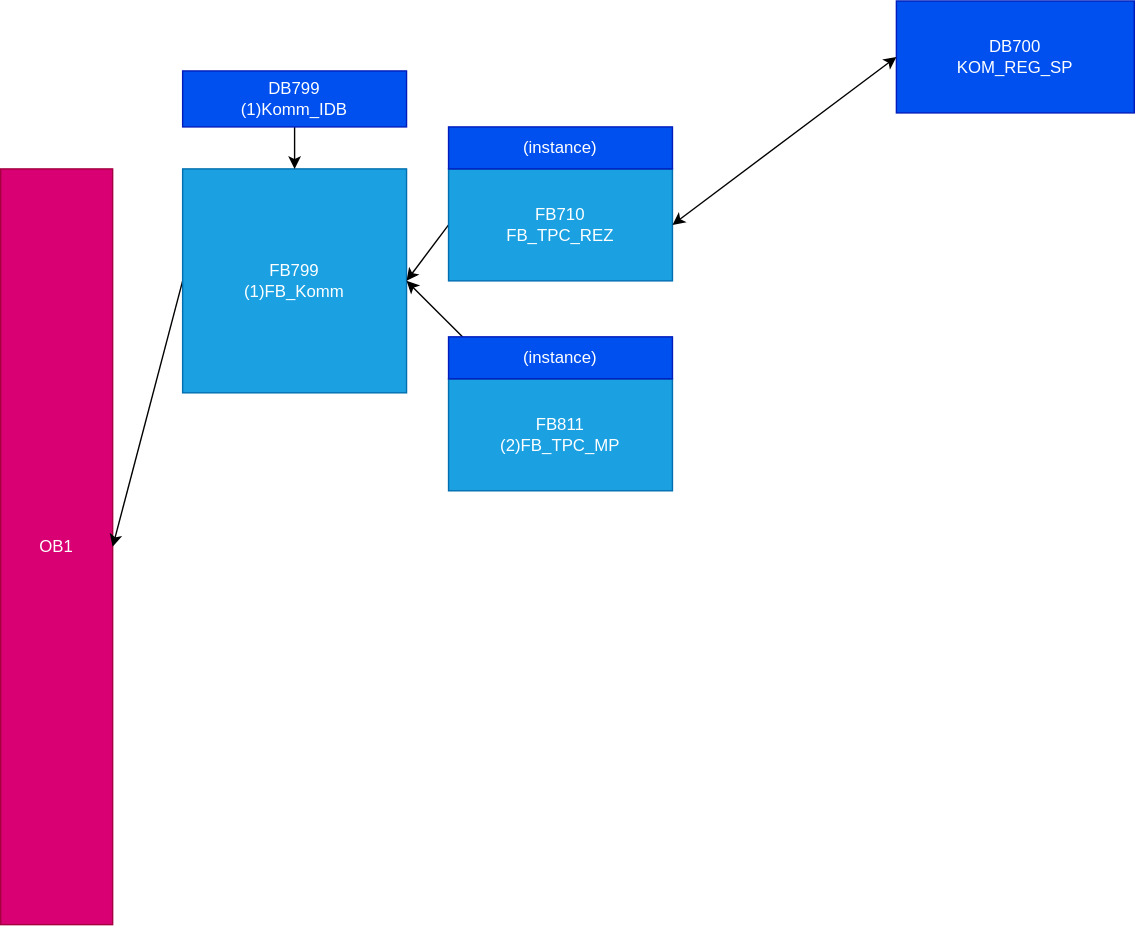
Before: Doc/ПЛК400/OB1.drawio.svg, a diagram exported from draw.io (AlexFrick92/PNTZ.Mufta). Source tidied: cells renumbered, new cells last; positions are measured from the earlier drawing's top-left corner, leaving out a move shared by most shapes. The source it was exported from:
```xml
<mxGraphModel>
  <root>
    <mxCell id="0" />
    <mxCell id="1" parent="0" />
    <mxCell id="2" value="OB1" style="rounded=0;whiteSpace=wrap;html=1;fillColor=#d80073;strokeColor=#A50040;fontColor=#ffffff;" parent="1" vertex="1">
      <mxGeometry y="120" width="80" height="540" as="geometry" />
    </mxCell>
    <mxCell id="3" style="edgeStyle=none;html=1;exitX=0;exitY=0.5;exitDx=0;exitDy=0;entryX=1;entryY=0.5;entryDx=0;entryDy=0;" parent="1" edge="1" source="4" target="2">
      <mxGeometry relative="1" as="geometry" />
    </mxCell>
    <mxCell id="4" value="FB799&lt;br&gt;(1)FB_Komm" style="rounded=0;whiteSpace=wrap;html=1;fillColor=#1ba1e2;strokeColor=#006EAF;fontColor=#ffffff;" parent="1" vertex="1">
      <mxGeometry x="130" y="120" width="160" height="160" as="geometry" />
    </mxCell>
    <mxCell id="5" style="edgeStyle=none;html=1;entryX=0.5;entryY=0;entryDx=0;entryDy=0;exitX=0.5;exitY=1;exitDx=0;exitDy=0;" parent="1" edge="1" source="6" target="4">
      <mxGeometry relative="1" as="geometry" />
    </mxCell>
    <mxCell id="6" value="DB799&lt;br&gt;(1)Komm_IDB" style="rounded=0;whiteSpace=wrap;html=1;fillColor=#0050ef;strokeColor=#001DBC;fontColor=#ffffff;" parent="1" vertex="1">
      <mxGeometry x="130" y="50" width="160" height="40" as="geometry" />
    </mxCell>
    <mxCell id="7" style="edgeStyle=none;html=1;exitX=0;exitY=0.5;exitDx=0;exitDy=0;entryX=1;entryY=0.5;entryDx=0;entryDy=0;" parent="1" edge="1" source="8" target="4">
      <mxGeometry relative="1" as="geometry" />
    </mxCell>
    <mxCell id="8" value="FB710 &lt;br&gt;FB_TPC_REZ " style="rounded=0;whiteSpace=wrap;html=1;fillColor=#1ba1e2;strokeColor=#006EAF;fontColor=#ffffff;" parent="1" vertex="1">
      <mxGeometry x="320" y="120" width="160" height="80" as="geometry" />
    </mxCell>
    <mxCell id="9" style="edgeStyle=none;html=1;entryX=1;entryY=0.5;entryDx=0;entryDy=0;" parent="1" edge="1" source="10" target="4">
      <mxGeometry relative="1" as="geometry" />
    </mxCell>
    <mxCell id="10" value="FB811 &lt;br&gt;(2)FB_TPC_MP  " style="rounded=0;whiteSpace=wrap;html=1;fillColor=#1ba1e2;strokeColor=#006EAF;fontColor=#ffffff;" parent="1" vertex="1">
      <mxGeometry x="320" y="270" width="160" height="80" as="geometry" />
    </mxCell>
    <mxCell id="11" value="(instance)" style="rounded=0;whiteSpace=wrap;html=1;fillColor=#0050ef;strokeColor=#001DBC;fontColor=#ffffff;" parent="1" vertex="1">
      <mxGeometry x="320" y="90" width="160" height="30" as="geometry" />
    </mxCell>
    <mxCell id="12" value="(instance)" style="rounded=0;whiteSpace=wrap;html=1;fillColor=#0050ef;strokeColor=#001DBC;fontColor=#ffffff;" parent="1" vertex="1">
      <mxGeometry x="320" y="240" width="160" height="30" as="geometry" />
    </mxCell>
    <mxCell id="13" value="DB700&lt;br&gt;KOM_REG_SP" style="rounded=0;whiteSpace=wrap;html=1;fillColor=#0050ef;strokeColor=#001DBC;fontColor=#ffffff;" parent="1" vertex="1">
      <mxGeometry x="640" width="170" height="80" as="geometry" />
    </mxCell>
    <mxCell id="14" style="endArrow=classic;startArrow=classic;html=1;exitX=1;exitY=0.5;exitDx=0;exitDy=0;entryX=0;entryY=0.5;entryDx=0;entryDy=0;" parent="1" edge="1" source="8" target="13">
      <mxGeometry relative="1" as="geometry" />
    </mxCell>
  </root>
</mxGraphModel>
```
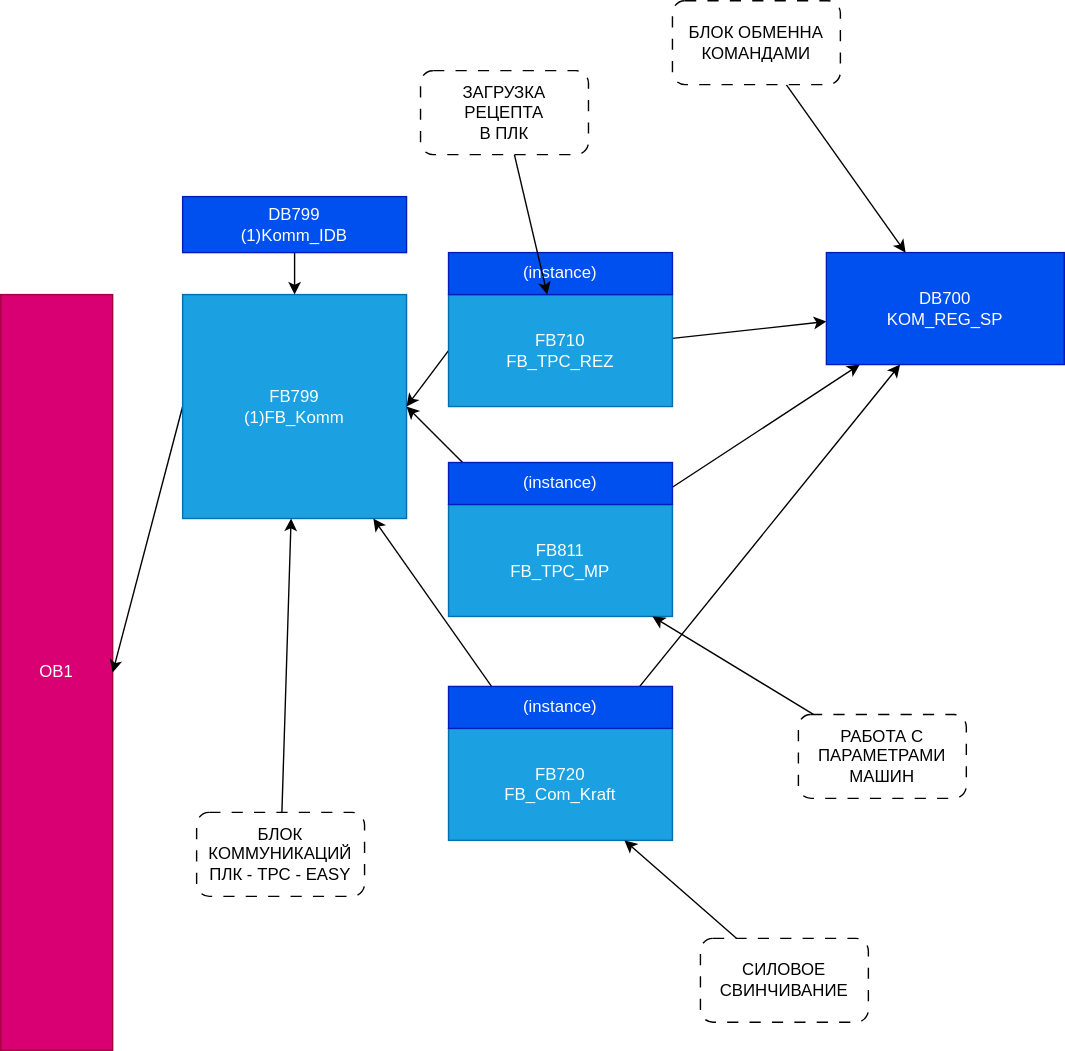
After the commit.

The edit, as a diff of the source:
```diff
@@ -20,13 +20,19 @@
     <mxCell id="7" style="edgeStyle=none;html=1;exitX=0;exitY=0.5;exitDx=0;exitDy=0;entryX=1;entryY=0.5;entryDx=0;entryDy=0;" parent="1" edge="1" source="8" target="4">
       <mxGeometry relative="1" as="geometry" />
     </mxCell>
+    <mxCell id="14" style="edgeStyle=none;html=1;" parent="1" edge="1" source="8" target="13">
+      <mxGeometry relative="1" as="geometry" />
+    </mxCell>
     <mxCell id="8" value="FB710 &lt;br&gt;FB_TPC_REZ " style="rounded=0;whiteSpace=wrap;html=1;fillColor=#1ba1e2;strokeColor=#006EAF;fontColor=#ffffff;" parent="1" vertex="1">
       <mxGeometry x="320" y="120" width="160" height="80" as="geometry" />
     </mxCell>
     <mxCell id="9" style="edgeStyle=none;html=1;entryX=1;entryY=0.5;entryDx=0;entryDy=0;" parent="1" edge="1" source="10" target="4">
       <mxGeometry relative="1" as="geometry" />
     </mxCell>
+    <mxCell id="15" style="edgeStyle=none;html=1;" parent="1" edge="1" source="10" target="13">
+      <mxGeometry relative="1" as="geometry" />
+    </mxCell>
-    <mxCell id="10" value="FB811 &lt;br&gt;(2)FB_TPC_MP  " style="rounded=0;whiteSpace=wrap;html=1;fillColor=#1ba1e2;strokeColor=#006EAF;fontColor=#ffffff;" parent="1" vertex="1">
+    <mxCell id="10" value="FB811 &lt;br&gt;FB_TPC_MP  " style="rounded=0;whiteSpace=wrap;html=1;fillColor=#1ba1e2;strokeColor=#006EAF;fontColor=#ffffff;" parent="1" vertex="1">
       <mxGeometry x="320" y="270" width="160" height="80" as="geometry" />
     </mxCell>
     <mxCell id="11" value="(instance)" style="rounded=0;whiteSpace=wrap;html=1;fillColor=#0050ef;strokeColor=#001DBC;fontColor=#ffffff;" parent="1" vertex="1">
@@ -36,10 +42,49 @@
       <mxGeometry x="320" y="240" width="160" height="30" as="geometry" />
     </mxCell>
     <mxCell id="13" value="DB700&lt;br&gt;KOM_REG_SP" style="rounded=0;whiteSpace=wrap;html=1;fillColor=#0050ef;strokeColor=#001DBC;fontColor=#ffffff;" parent="1" vertex="1">
-      <mxGeometry x="640" width="170" height="80" as="geometry" />
+      <mxGeometry x="590" y="90" width="170" height="80" as="geometry" />
     </mxCell>
-    <mxCell id="14" style="endArrow=classic;startArrow=classic;html=1;exitX=1;exitY=0.5;exitDx=0;exitDy=0;entryX=0;entryY=0.5;entryDx=0;entryDy=0;" parent="1" edge="1" source="8" target="13">
-      <mxGeometry relative="1" as="geometry" />
-    </mxCell>
+    <mxCell id="16" style="edgeStyle=none;html=1;" parent="1" edge="1" source="17" target="13">
+      <mxGeometry relative="1" as="geometry" />
+    </mxCell>
+    <mxCell id="17" value="БЛОК ОБМЕННА КОМАНДАМИ" style="rounded=1;whiteSpace=wrap;html=1;dashed=1;dashPattern=8 8;" parent="1" vertex="1">
+      <mxGeometry x="480" y="-90" width="120" height="60" as="geometry" />
+    </mxCell>
+    <mxCell id="18" style="edgeStyle=none;html=1;" parent="1" edge="1" source="19" target="8">
+      <mxGeometry relative="1" as="geometry" />
+    </mxCell>
+    <mxCell id="19" value="ЗАГРУЗКА РЕЦЕПТА&lt;br&gt;В ПЛК" style="rounded=1;whiteSpace=wrap;html=1;dashed=1;dashPattern=8 8;" parent="1" vertex="1">
+      <mxGeometry x="300" y="-40" width="120" height="60" as="geometry" />
+    </mxCell>
+    <mxCell id="20" style="edgeStyle=none;html=1;" parent="1" edge="1" source="21" target="4">
+      <mxGeometry relative="1" as="geometry" />
+    </mxCell>
+    <mxCell id="21" value="БЛОК КОММУНИКАЦИЙ&lt;br&gt;ПЛК - TPC - EASY" style="rounded=1;whiteSpace=wrap;html=1;dashed=1;dashPattern=8 8;" parent="1" vertex="1">
+      <mxGeometry x="140" y="490" width="120" height="60" as="geometry" />
+    </mxCell>
+    <mxCell id="22" style="edgeStyle=none;html=1;" parent="1" edge="1" source="24" target="4">
+      <mxGeometry relative="1" as="geometry" />
+    </mxCell>
+    <mxCell id="23" style="edgeStyle=none;html=1;" parent="1" edge="1" source="24" target="13">
+      <mxGeometry relative="1" as="geometry" />
+    </mxCell>
+    <mxCell id="24" value="FB720&lt;br&gt;FB_Com_Kraft  " style="rounded=0;whiteSpace=wrap;html=1;fillColor=#1ba1e2;strokeColor=#006EAF;fontColor=#ffffff;" parent="1" vertex="1">
+      <mxGeometry x="320" y="430" width="160" height="80" as="geometry" />
+    </mxCell>
+    <mxCell id="25" value="(instance)" style="rounded=0;whiteSpace=wrap;html=1;fillColor=#0050ef;strokeColor=#001DBC;fontColor=#ffffff;" parent="1" vertex="1">
+      <mxGeometry x="320" y="400" width="160" height="30" as="geometry" />
+    </mxCell>
+    <mxCell id="26" style="edgeStyle=none;html=1;" parent="1" edge="1" source="27" target="10">
+      <mxGeometry relative="1" as="geometry" />
+    </mxCell>
+    <mxCell id="27" value="РАБОТА С&lt;br&gt;ПАРАМЕТРАМИ&lt;br&gt;МАШИН" style="rounded=1;whiteSpace=wrap;html=1;dashed=1;dashPattern=8 8;" parent="1" vertex="1">
+      <mxGeometry x="570" y="420" width="120" height="60" as="geometry" />
+    </mxCell>
+    <mxCell id="28" style="edgeStyle=none;html=1;" parent="1" edge="1" source="29" target="24">
+      <mxGeometry relative="1" as="geometry" />
+    </mxCell>
+    <mxCell id="29" value="СИЛОВОЕ&lt;br&gt;СВИНЧИВАНИЕ" style="rounded=1;whiteSpace=wrap;html=1;dashed=1;dashPattern=8 8;" parent="1" vertex="1">
+      <mxGeometry x="500" y="580" width="120" height="60" as="geometry" />
+    </mxCell>
   </root>
 </mxGraphModel>
```
